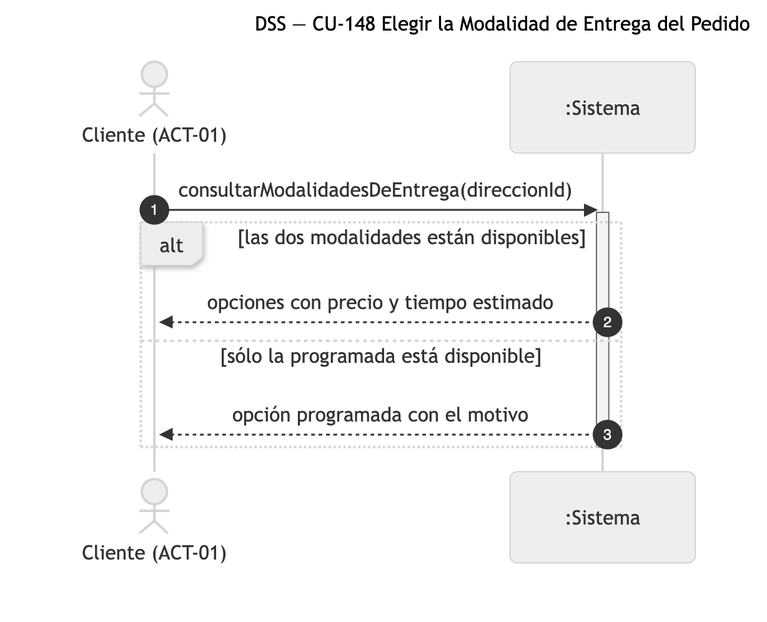
Earlier version of the Mermaid export diagramas/png/DSS_CU-148_Elegir-la-Modalidad-de-Entrega-del-Pedido.png (Nahuelito-Dev/splg-docs). Its source is kept beside it as diagramas/DSS_CU-148_Elegir-la-Modalidad-de-Entrega-del-Pedido.mmd.
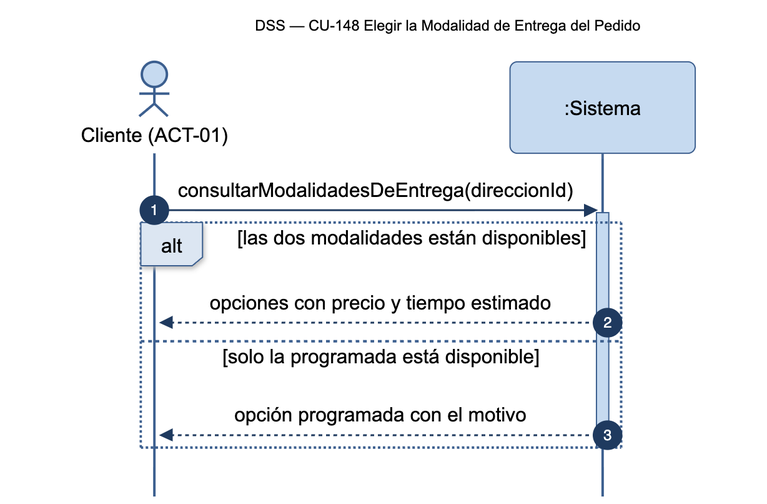
The same diagram one commit later.

Change to the diagram source:
```diff
@@ -8,7 +8,7 @@
     activate SIS
     alt las dos modalidades están disponibles
         SIS-->>CLI: opciones con precio y tiempo estimado
-    else sólo la programada está disponible
+    else solo la programada está disponible
         SIS-->>CLI: opción programada con el motivo
     end
     deactivate SIS
```
